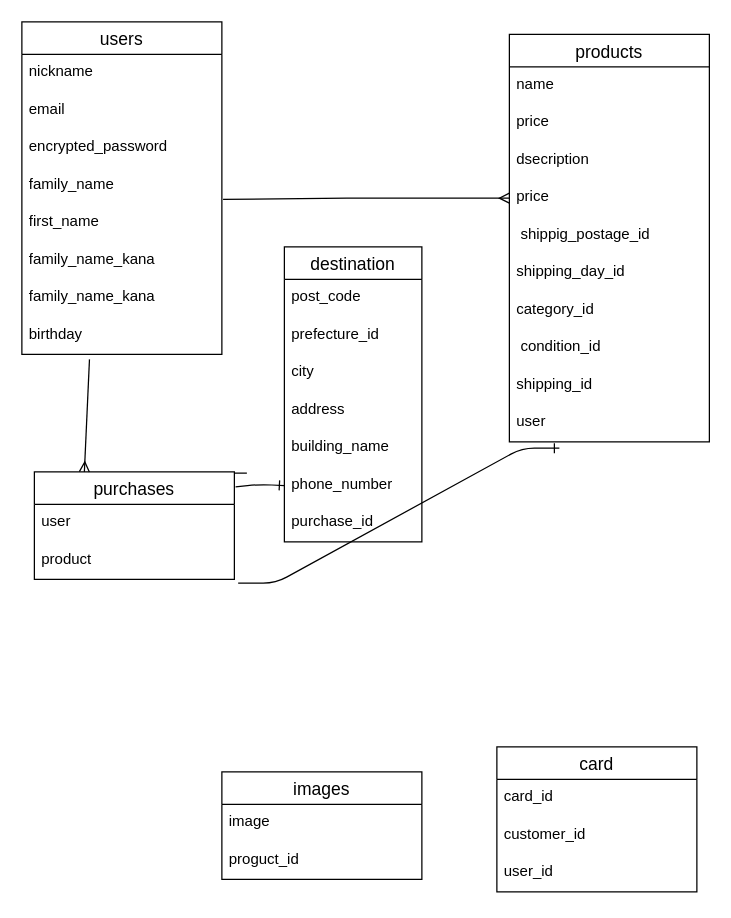
Above: furima.dio in reicooooo/furima-37713 (draw.io), before the change. Source tidied: cells renumbered, new cells numbered last; positions are measured from the earlier drawing's top-left corner, leaving out a move shared by most shapes. Both pictures are drawn from the tidied source at 125%, with x=0, y=0 at pixel (21, 21).
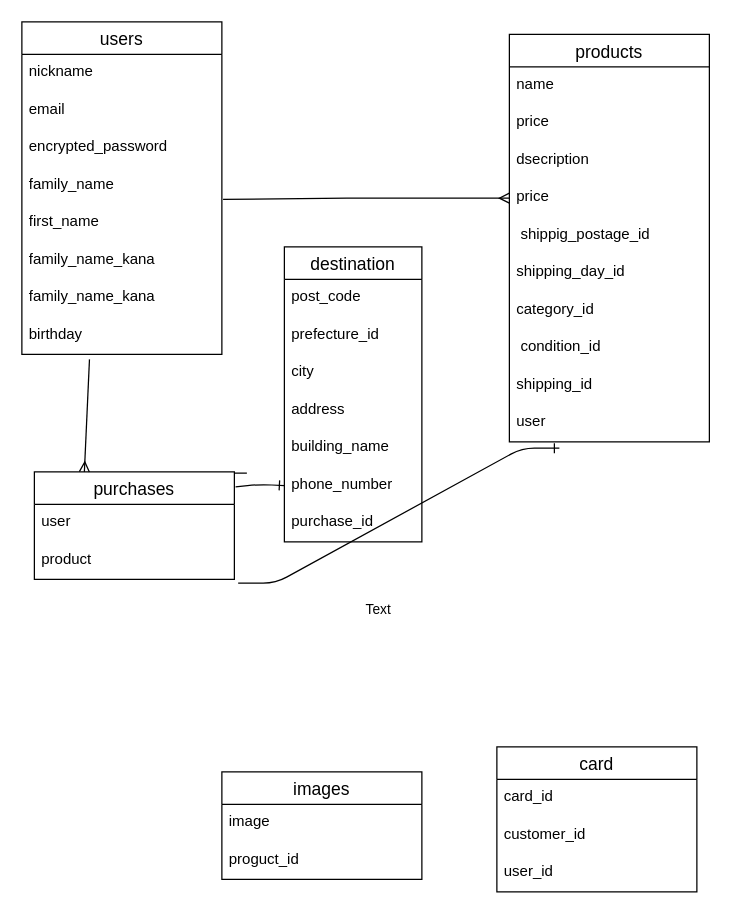
After the change.

The change refers to these unchanged cells:
```xml
<mxCell id="45" style="edgeStyle=entityRelationEdgeStyle;fontSize=12;html=1;endArrow=ERone;endFill=1;exitX=1.019;exitY=1.1;exitDx=0;exitDy=0;exitPerimeter=0;" parent="1" edge="1" source="41">
  <mxGeometry relative="1" as="geometry">
    <mxPoint x="430" y="341" as="targetPoint" />
  </mxGeometry>
</mxCell>
```

Change to the diagram source:
```diff
@@
+    <mxCell id="46" value="Text" style="edgeLabel;html=1;align=center;verticalAlign=middle;" parent="45" vertex="1">
+      <mxGeometry x="-0.13" y="-2" relative="1" as="geometry">
+        <mxPoint x="-2" y="64" as="offset" />
+      </mxGeometry>
+    </mxCell>
```
